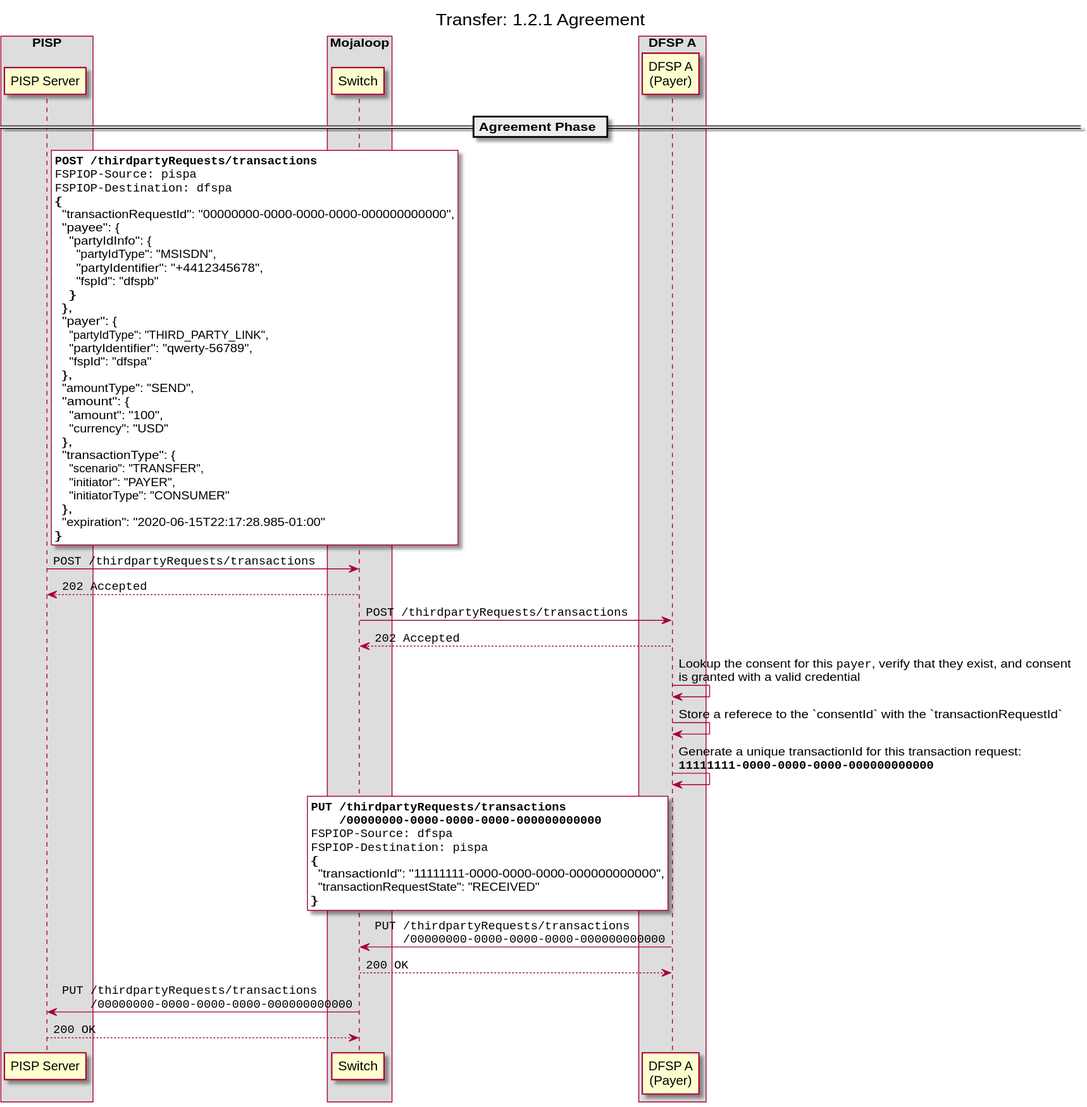
Before: docs/out/transfer/1-2-1-agreement.svg, a diagram exported from PlantUML (mojaloop/pisp-project). Its source is kept beside it as docs/transfer/1-2-1-agreement.puml.
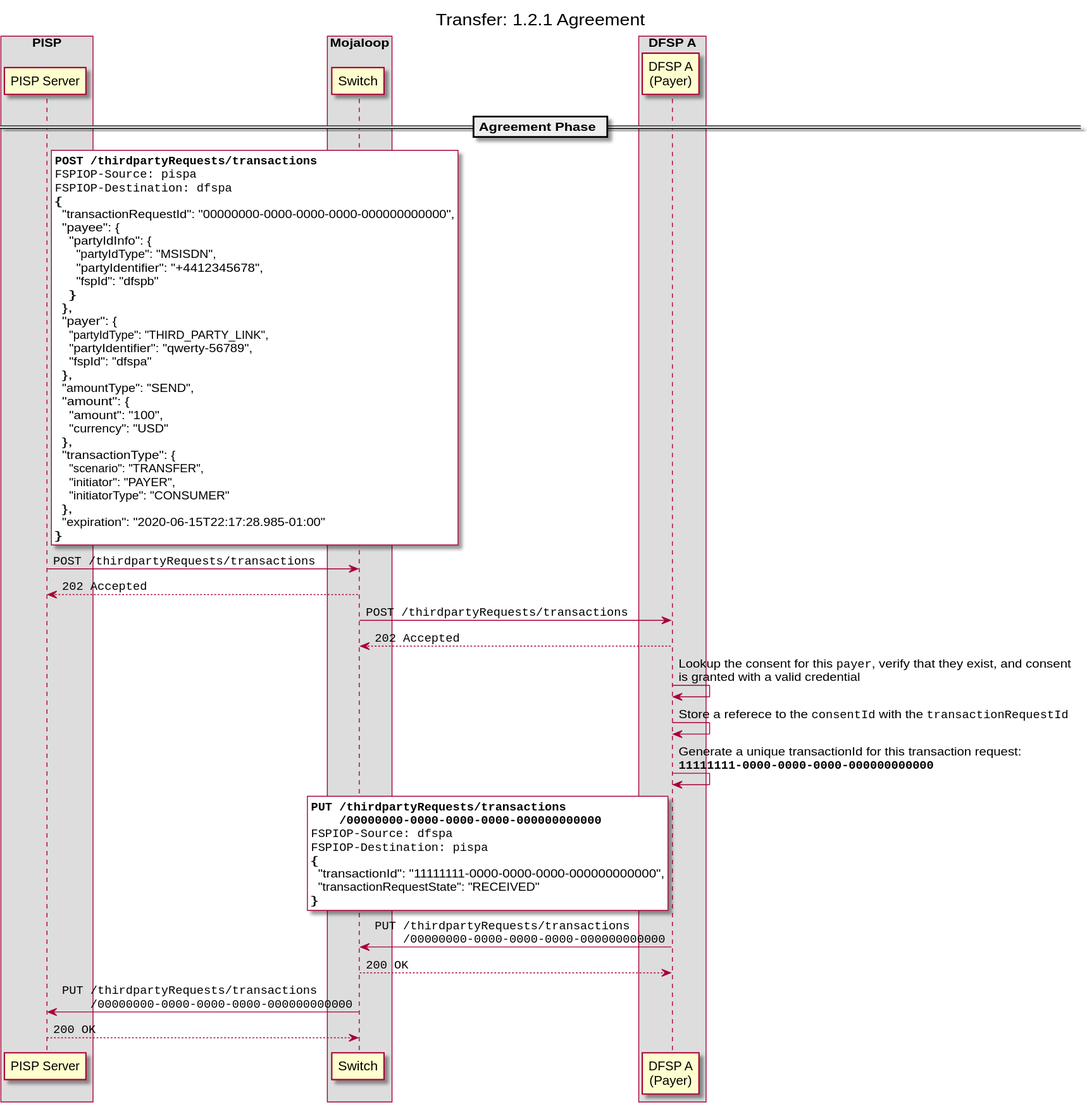
Above is the later version.

What changed in the source:
```diff
@@ -51,7 +51,7 @@
 S -> D2: ""POST /thirdpartyRequests/transactions""
 D2 --> S: ""202 Accepted""
 D2 -> D2: Lookup the consent for this ""payer"", verify that they exist, and consent \nis granted with a valid credential
-D2 -> D2: Store a referece to the `consentId` with the `transactionRequestId`
+D2 -> D2: Store a referece to the ""consentId"" with the ""transactionRequestId""
 D2 -> D2: Generate a unique transactionId for this transaction request:\n**""11111111-0000-0000-0000-000000000000""**
 
 
```
